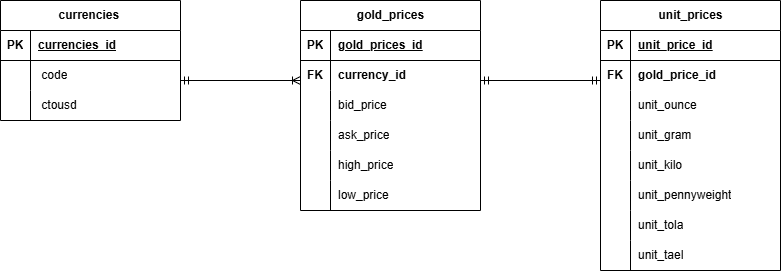
Before: ERD Diagram/ERD_Gold_Tracker.drawio.png, a diagram exported from draw.io (OngHuiMin04/Comp1314_Gold_Price_Tracker). Source tidied: cells renumbered, new cells last; positions are measured from the earlier drawing's top-left corner, leaving out a move shared by most shapes.
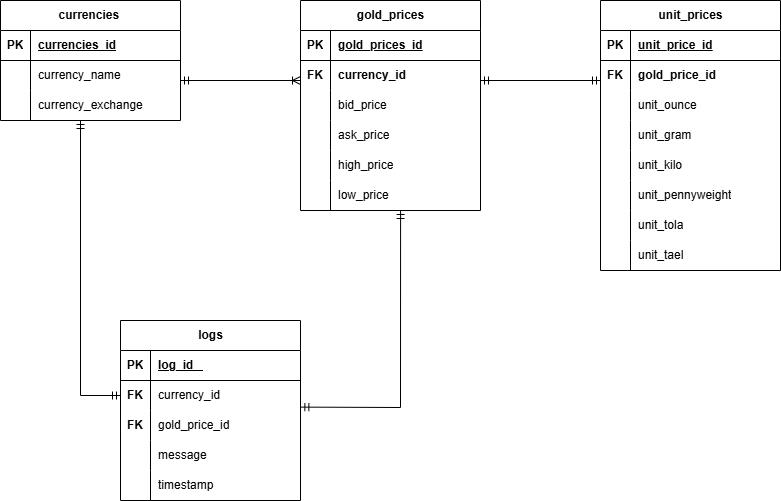
Later version of the same file.

Commit message:
Modify ERD Diagram

Change to the diagram source:
```diff
@@ -20,7 +20,7 @@
     <mxCell id="7" style="shape=partialRectangle;fillColor=none;top=0;left=0;bottom=0;right=0;overflow=hidden;whiteSpace=wrap;html=1;" parent="6" vertex="1">
       <mxGeometry width="30" height="30" as="geometry" />
     </mxCell>
-    <mxCell id="8" value="&amp;nbsp;code" style="shape=partialRectangle;fillColor=none;top=0;left=0;bottom=0;right=0;align=left;spacingLeft=6;overflow=hidden;whiteSpace=wrap;html=1;" parent="6" vertex="1">
+    <mxCell id="8" value="currency_name" style="shape=partialRectangle;fillColor=none;top=0;left=0;bottom=0;right=0;align=left;spacingLeft=6;overflow=hidden;whiteSpace=wrap;html=1;" parent="6" vertex="1">
       <mxGeometry x="30" width="150" height="30" as="geometry" />
     </mxCell>
     <mxCell id="9" style="shape=tableRow;horizontal=0;startSize=0;swimlaneHead=0;swimlaneBody=0;fillColor=none;top=0;left=0;right=0;bottom=0;" parent="2" vertex="1">
@@ -29,7 +29,7 @@
     <mxCell id="10" style="shape=partialRectangle;fillColor=none;top=0;left=0;bottom=0;right=0;overflow=hidden;whiteSpace=wrap;html=1;" parent="9" vertex="1">
       <mxGeometry width="30" height="30" as="geometry" />
     </mxCell>
-    <mxCell id="11" value="&amp;nbsp;ctousd" style="shape=partialRectangle;fillColor=none;top=0;left=0;bottom=0;right=0;align=left;spacingLeft=6;overflow=hidden;whiteSpace=wrap;html=1;" parent="9" vertex="1">
+    <mxCell id="11" value="currency_exchange" style="shape=partialRectangle;fillColor=none;top=0;left=0;bottom=0;right=0;align=left;spacingLeft=6;overflow=hidden;whiteSpace=wrap;html=1;" parent="9" vertex="1">
       <mxGeometry x="30" width="150" height="30" as="geometry" />
     </mxCell>
     <mxCell id="12" value="unit_prices" style="shape=table;startSize=30;rowLines=0;fontStyle=1;align=center;html=1;" parent="1" vertex="1">
@@ -176,5 +176,68 @@
         <mxPoint x="600" y="80" as="targetPoint" />
       </mxGeometry>
     </mxCell>
+    <mxCell id="58" value="logs" style="shape=table;startSize=30;rowLines=0;fontStyle=1;align=center;html=1;" parent="1" vertex="1">
+      <mxGeometry x="120" y="320" width="180" height="180" as="geometry" />
+    </mxCell>
+    <mxCell id="59" style="shape=tableRow;horizontal=0;startSize=0;swimlaneHead=0;swimlaneBody=0;fillColor=none;top=0;left=0;right=0;bottom=1;" parent="58" vertex="1">
+      <mxGeometry y="30" width="180" height="30" as="geometry" />
+    </mxCell>
+    <mxCell id="60" value="PK" style="shape=partialRectangle;fillColor=none;top=0;left=0;bottom=0;right=0;fontStyle=1;overflow=hidden;whiteSpace=wrap;html=1;" parent="59" vertex="1">
+      <mxGeometry width="30" height="30" as="geometry" />
+    </mxCell>
+    <mxCell id="61" value="log_id&amp;nbsp; &amp;nbsp;" style="shape=partialRectangle;fillColor=none;top=0;left=0;bottom=0;right=0;align=left;spacingLeft=6;fontStyle=5;overflow=hidden;whiteSpace=wrap;html=1;" parent="59" vertex="1">
+      <mxGeometry x="30" width="150" height="30" as="geometry" />
+    </mxCell>
+    <mxCell id="62" style="shape=tableRow;horizontal=0;startSize=0;swimlaneHead=0;swimlaneBody=0;fillColor=none;points=[[0,0.5],[1,0.5]];portConstraint=eastwest;top=0;left=0;right=0;bottom=0;" parent="58" vertex="1">
+      <mxGeometry y="60" width="180" height="30" as="geometry" />
+    </mxCell>
+    <mxCell id="63" value="&lt;b&gt;FK&lt;/b&gt;" style="shape=partialRectangle;fillColor=none;top=0;left=0;bottom=0;right=0;overflow=hidden;whiteSpace=wrap;html=1;" parent="62" vertex="1">
+      <mxGeometry width="30" height="30" as="geometry" />
+    </mxCell>
+    <mxCell id="64" value="currency_id&amp;nbsp;" style="shape=partialRectangle;fillColor=none;top=0;left=0;bottom=0;right=0;align=left;spacingLeft=6;overflow=hidden;whiteSpace=wrap;html=1;" parent="62" vertex="1">
+      <mxGeometry x="30" width="150" height="30" as="geometry" />
+    </mxCell>
+    <mxCell id="65" style="shape=tableRow;horizontal=0;startSize=0;swimlaneHead=0;swimlaneBody=0;fillColor=none;top=0;left=0;right=0;bottom=0;" parent="58" vertex="1">
+      <mxGeometry y="90" width="180" height="30" as="geometry" />
+    </mxCell>
+    <mxCell id="66" value="&lt;b&gt;FK&lt;/b&gt;" style="shape=partialRectangle;fillColor=none;top=0;left=0;bottom=0;right=0;overflow=hidden;whiteSpace=wrap;html=1;" parent="65" vertex="1">
+      <mxGeometry width="30" height="30" as="geometry" />
+    </mxCell>
+    <mxCell id="67" value="gold_price_id&amp;nbsp;&amp;nbsp;" style="shape=partialRectangle;fillColor=none;top=0;left=0;bottom=0;right=0;align=left;spacingLeft=6;overflow=hidden;whiteSpace=wrap;html=1;" parent="65" vertex="1">
+      <mxGeometry x="30" width="150" height="30" as="geometry" />
+    </mxCell>
+    <mxCell id="68" style="shape=tableRow;horizontal=0;startSize=0;swimlaneHead=0;swimlaneBody=0;fillColor=none;top=0;left=0;right=0;bottom=0;" parent="58" vertex="1">
+      <mxGeometry y="120" width="180" height="30" as="geometry" />
+    </mxCell>
+    <mxCell id="69" style="shape=partialRectangle;fillColor=none;top=0;left=0;bottom=0;right=0;overflow=hidden;whiteSpace=wrap;html=1;" parent="68" vertex="1">
+      <mxGeometry width="30" height="30" as="geometry" />
+    </mxCell>
+    <mxCell id="70" value="message" style="shape=partialRectangle;fillColor=none;top=0;left=0;bottom=0;right=0;align=left;spacingLeft=6;overflow=hidden;whiteSpace=wrap;html=1;" parent="68" vertex="1">
+      <mxGeometry x="30" width="150" height="30" as="geometry" />
+    </mxCell>
+    <mxCell id="71" style="shape=tableRow;horizontal=0;startSize=0;swimlaneHead=0;swimlaneBody=0;fillColor=none;top=0;left=0;right=0;bottom=0;" parent="58" vertex="1">
+      <mxGeometry y="150" width="180" height="30" as="geometry" />
+    </mxCell>
+    <mxCell id="72" style="shape=partialRectangle;fillColor=none;top=0;left=0;bottom=0;right=0;overflow=hidden;whiteSpace=wrap;html=1;" parent="71" vertex="1">
+      <mxGeometry width="30" height="30" as="geometry" />
+    </mxCell>
+    <mxCell id="73" value="timestamp&amp;nbsp; &amp;nbsp; &amp;nbsp;" style="shape=partialRectangle;fillColor=none;top=0;left=0;bottom=0;right=0;align=left;spacingLeft=6;overflow=hidden;whiteSpace=wrap;html=1;" parent="71" vertex="1">
+      <mxGeometry x="30" width="150" height="30" as="geometry" />
+    </mxCell>
+    <mxCell id="74" style="endArrow=ERmandOne;html=1;rounded=0;startArrow=ERmandOne;startFill=0;endFill=0;exitX=0.42;exitY=1.033;exitDx=0;exitDy=0;exitPerimeter=0;entryX=0;entryY=0.5;entryDx=0;entryDy=0;" parent="1" edge="1" target="62">
+      <mxGeometry relative="1" as="geometry">
+        <mxPoint x="80" y="120" as="sourcePoint" />
+        <Array as="points">
+          <mxPoint x="80" y="395" />
+        </Array>
+      </mxGeometry>
+    </mxCell>
+    <mxCell id="75" style="endArrow=ERmandOne;html=1;rounded=0;startArrow=ERmandOne;startFill=0;endFill=0;exitX=0.556;exitY=1;exitDx=0;exitDy=0;exitPerimeter=0;entryX=1.002;entryY=0.887;entryDx=0;entryDy=0;entryPerimeter=0;" parent="1" edge="1" source="53" target="62">
+      <mxGeometry relative="1" as="geometry">
+        <Array as="points">
+          <mxPoint x="400" y="407" />
+        </Array>
+      </mxGeometry>
+    </mxCell>
   </root>
 </mxGraphModel>
```
